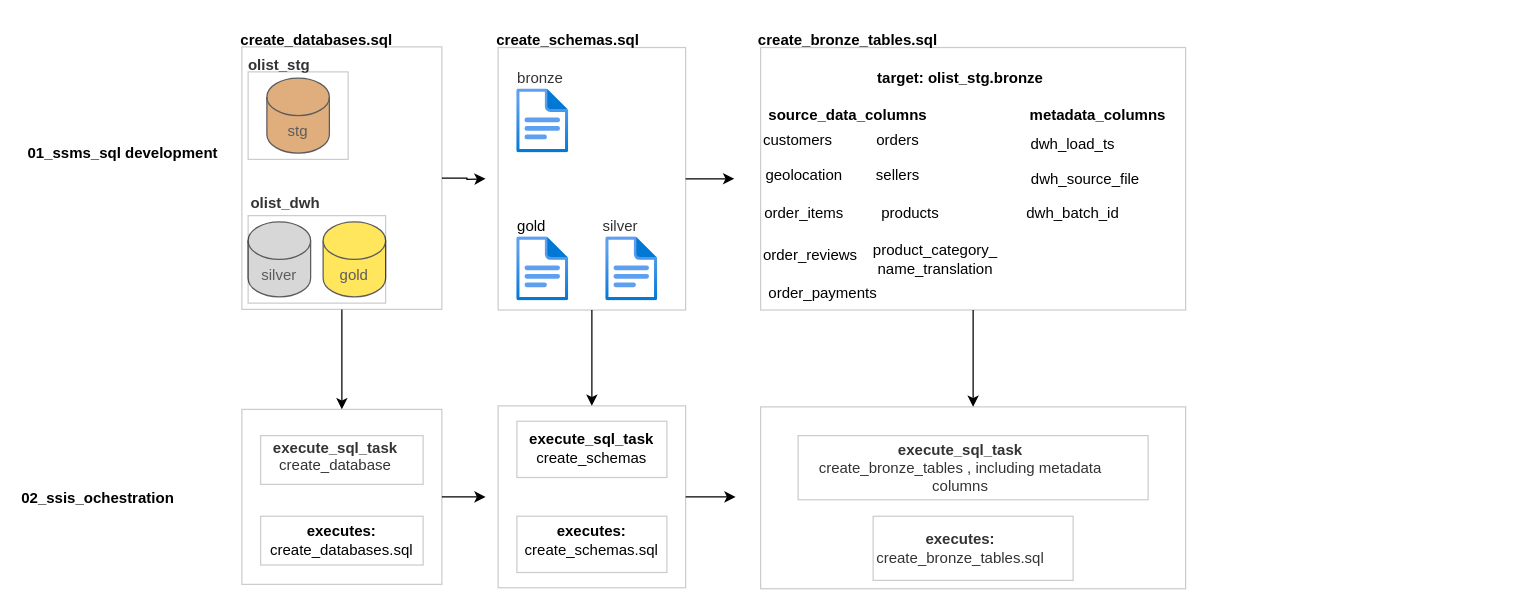
Earlier version of the draw.io diagram 02_documentation/ssis_flow.drawio (Rofhiwa-Muthivhi/olist_dwh_solution). Source tidied: cells renumbered, new cells numbered last; positions are measured from the earlier drawing's top-left corner, leaving out a move shared by most shapes. Both pictures are drawn from the tidied source at 125%, with x=0, y=0 at pixel (22, 21).
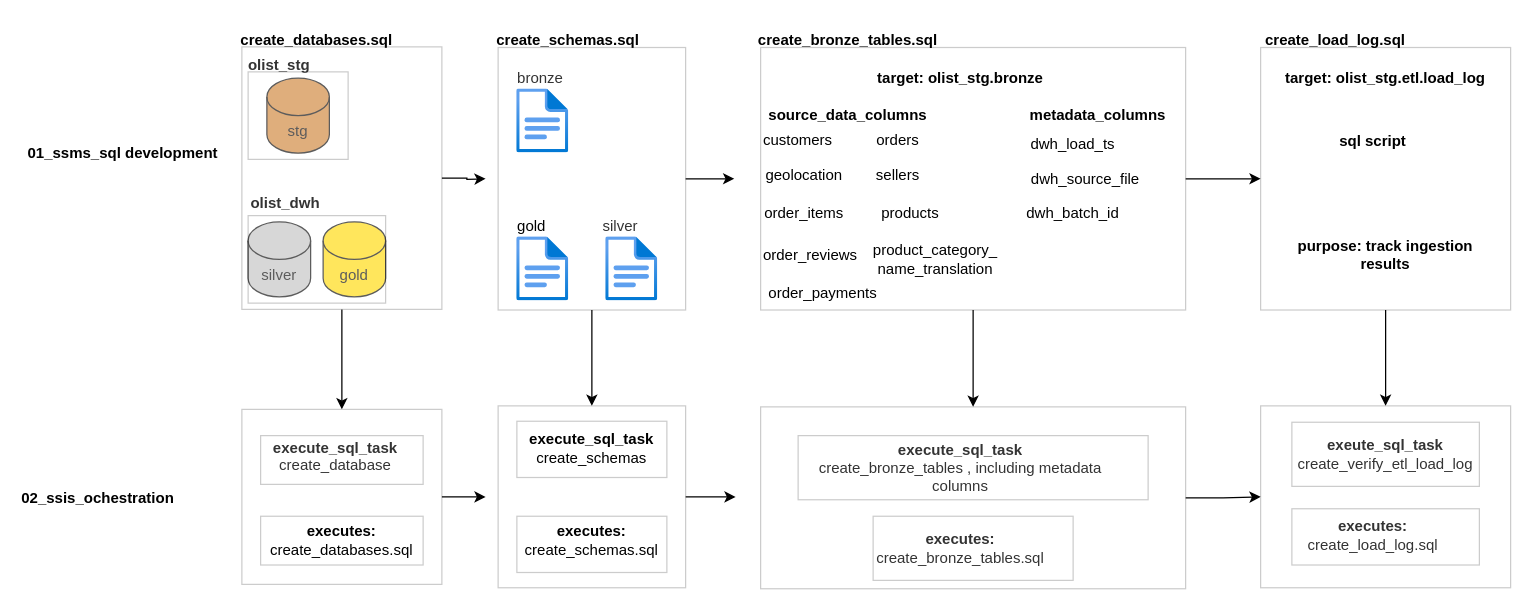
Above is the later version.

Commit message (it also covers changes not shown here):
Update ssis workflow diagram with ETL log structure.

The change refers to these unchanged cells:
```xml
<mxCell id="37" style="rounded=0;whiteSpace=wrap;html=1;opacity=20;opacityGroup=1;" parent="1" vertex="1">
  <mxGeometry x="590" y="20.5" width="340" height="210" as="geometry" />
</mxCell>
<mxCell id="38" style="rounded=0;whiteSpace=wrap;html=1;opacity=20;opacityGroup=1;" parent="1" vertex="1">
  <mxGeometry x="590" y="308" width="340" height="145.5" as="geometry" />
</mxCell>
```

Diff of the diagram source:
```diff
@@
+    <mxCell id="60" style="edgeStyle=orthogonalEdgeStyle;rounded=0;jettySize=auto;html=1;entryX=0;entryY=0.5;entryDx=0;entryDy=0;defaultLabelBackgroundColor=page;" parent="1" edge="1" source="37" target="64">
+      <mxGeometry relative="1" as="geometry" />
+    </mxCell>
@@
+    <mxCell id="61" style="edgeStyle=orthogonalEdgeStyle;rounded=0;jettySize=auto;html=1;entryX=0;entryY=0.5;entryDx=0;entryDy=0;defaultLabelBackgroundColor=page;" parent="1" edge="1" source="38" target="62">
+      <mxGeometry relative="1" as="geometry" />
+    </mxCell>
@@
+    <mxCell id="62" style="rounded=0;whiteSpace=wrap;html=1;opacity=20;opacityGroup=1;" parent="1" vertex="1">
+      <mxGeometry x="990" y="307.2" width="200" height="145.5" as="geometry" />
+    </mxCell>
+    <mxCell id="63" style="edgeStyle=orthogonalEdgeStyle;rounded=0;jettySize=auto;html=1;defaultLabelBackgroundColor=page;" parent="1" edge="1" source="64" target="62">
+      <mxGeometry relative="1" as="geometry" />
+    </mxCell>
+    <mxCell id="64" style="rounded=0;whiteSpace=wrap;html=1;opacity=20;opacityGroup=1;" parent="1" vertex="1">
+      <mxGeometry x="990" y="20.5" width="200" height="210" as="geometry" />
+    </mxCell>
+    <mxCell id="65" value="&lt;b&gt;create_load_log.sql&lt;/b&gt;" style="text;html=1;whiteSpace=wrap;strokeColor=none;fillColor=none;align=center;verticalAlign=middle;rounded=0;" parent="1" vertex="1">
+      <mxGeometry x="1020" width="60" height="30" as="geometry" />
+    </mxCell>
+    <mxCell id="66" value="&lt;b&gt;target: olist_stg.etl.load_log&lt;/b&gt;" style="text;html=1;whiteSpace=wrap;strokeColor=none;fillColor=none;align=center;verticalAlign=middle;rounded=0;" parent="1" vertex="1">
+      <mxGeometry x="1000" y="30" width="180" height="30" as="geometry" />
+    </mxCell>
+    <mxCell id="67" value="&lt;b&gt;exeute_sql_task&lt;/b&gt;&lt;div&gt;create_verify_etl_load_log&lt;/div&gt;" style="text;html=1;whiteSpace=wrap;strokeColor=none;fillColor=none;align=center;verticalAlign=middle;rounded=0;" parent="1" vertex="1">
+      <mxGeometry x="1060" y="331" width="60" height="30" as="geometry" />
+    </mxCell>
+    <mxCell id="68" value="&lt;b&gt;executes:&lt;/b&gt;&lt;div&gt;create_load_log.sql&lt;/div&gt;" style="text;html=1;whiteSpace=wrap;strokeColor=none;fillColor=none;align=center;verticalAlign=middle;rounded=0;" parent="1" vertex="1">
+      <mxGeometry x="1050" y="395.5" width="60" height="30" as="geometry" />
+    </mxCell>
+    <mxCell id="69" style="rounded=0;whiteSpace=wrap;html=1;opacity=20;opacityGroup=1;" parent="1" vertex="1">
+      <mxGeometry x="1015" y="389.5" width="150" height="45" as="geometry" />
+    </mxCell>
+    <mxCell id="70" style="rounded=0;whiteSpace=wrap;html=1;opacity=20;opacityGroup=1;" parent="1" vertex="1">
+      <mxGeometry x="1015" y="320.3" width="150" height="51.3" as="geometry" />
+    </mxCell>
+    <mxCell id="71" value="&lt;b&gt;sql script&lt;/b&gt;" style="text;html=1;whiteSpace=wrap;strokeColor=none;fillColor=none;align=center;verticalAlign=middle;rounded=0;" parent="1" vertex="1">
+      <mxGeometry x="1050" y="80.5" width="60" height="30" as="geometry" />
+    </mxCell>
+    <mxCell id="72" value="&lt;b&gt;purpose: track ingestion results&lt;/b&gt;&lt;div&gt;&lt;br&gt;&lt;/div&gt;" style="text;html=1;whiteSpace=wrap;strokeColor=none;fillColor=none;align=center;verticalAlign=middle;rounded=0;" parent="1" vertex="1">
+      <mxGeometry x="1000" y="179" width="180" height="30" as="geometry" />
+    </mxCell>
```
